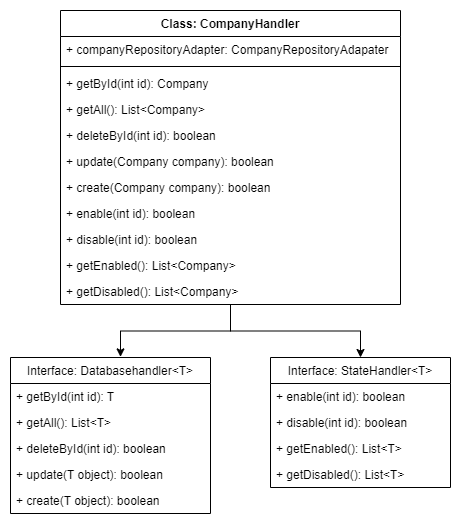
This is file/Diagramme/SRP-2.png from Nilsksk/Costtracker, a draw.io export, as it was before one commit. Source tidied: cells renumbered, new cells last; positions are measured from the earlier drawing's top-left corner, leaving out a move shared by most shapes.
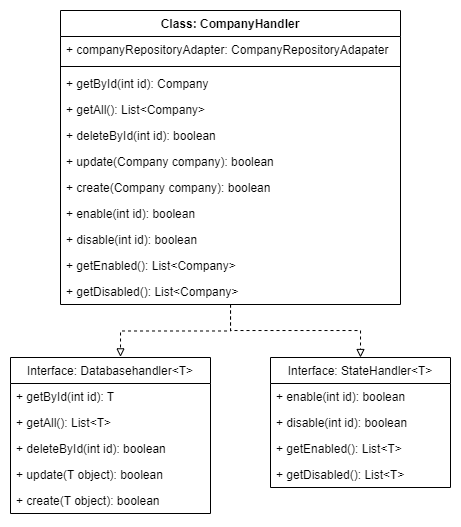
Above is the later version.

The edit, as a diff of the source:
```diff
@@ -2,11 +2,16 @@
   <root>
     <mxCell id="0" />
     <mxCell id="1" parent="0" />
-    <mxCell id="2" style="edgeStyle=orthogonalEdgeStyle;rounded=0;jettySize=auto;html=1;entryX=0.55;entryY=-0.004;entryDx=0;entryDy=0;entryPerimeter=0;" parent="1" edge="1" source="4" target="16">
+    <mxCell id="2" style="edgeStyle=orthogonalEdgeStyle;rounded=0;jettySize=auto;html=1;entryX=0.55;entryY=-0.004;entryDx=0;entryDy=0;entryPerimeter=0;endArrow=block;endFill=0;dashed=1;" parent="1" edge="1" source="4" target="16">
       <mxGeometry relative="1" as="geometry" />
     </mxCell>
-    <mxCell id="3" style="edgeStyle=orthogonalEdgeStyle;rounded=0;jettySize=auto;html=1;entryX=0.5;entryY=0;entryDx=0;entryDy=0;" parent="1" edge="1" source="4" target="22">
-      <mxGeometry relative="1" as="geometry" />
+    <mxCell id="3" style="edgeStyle=orthogonalEdgeStyle;rounded=0;jettySize=auto;html=1;entryX=0.5;entryY=0;entryDx=0;entryDy=0;dashed=1;endArrow=block;endFill=0;" parent="1" edge="1" source="4" target="22">
+      <mxGeometry relative="1" as="geometry">
+        <Array as="points">
+          <mxPoint x="220" y="320" />
+          <mxPoint x="350" y="320" />
+        </Array>
+      </mxGeometry>
     </mxCell>
     <mxCell id="4" value="Class: CompanyHandler" style="swimlane;fontStyle=1;align=center;verticalAlign=top;horizontal=1;startSize=26;" parent="1" vertex="1">
       <mxGeometry x="50" width="340" height="294" as="geometry" />
```
